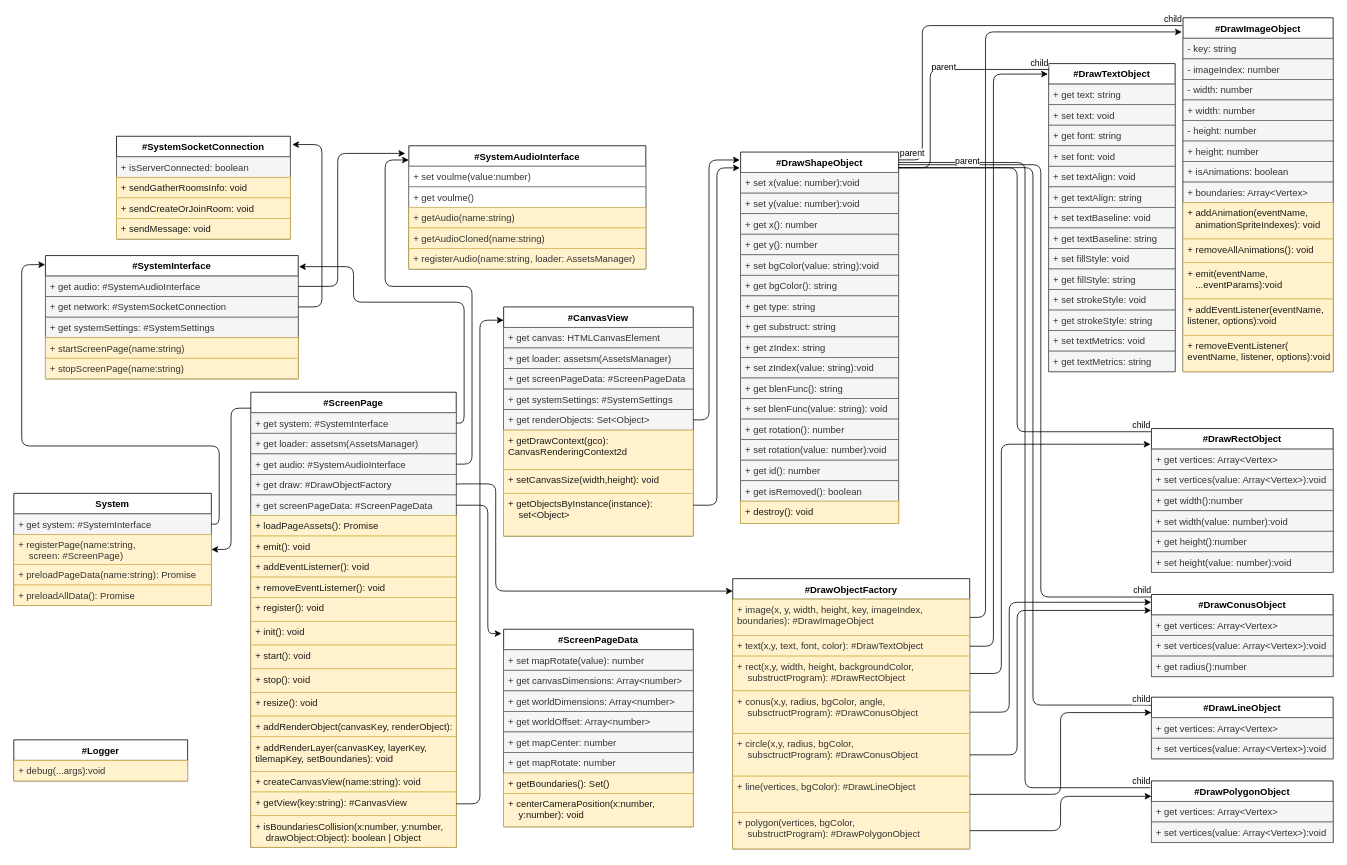
Above: schemes/system.dio in ALapinskas/jsge (draw.io), before the change. Source tidied: cells renumbered, new cells numbered last; positions are measured from the earlier drawing's top-left corner, leaving out a move shared by most shapes. Both pictures are drawn from the tidied source at 79%, with x=0, y=0 at pixel (13, 17).
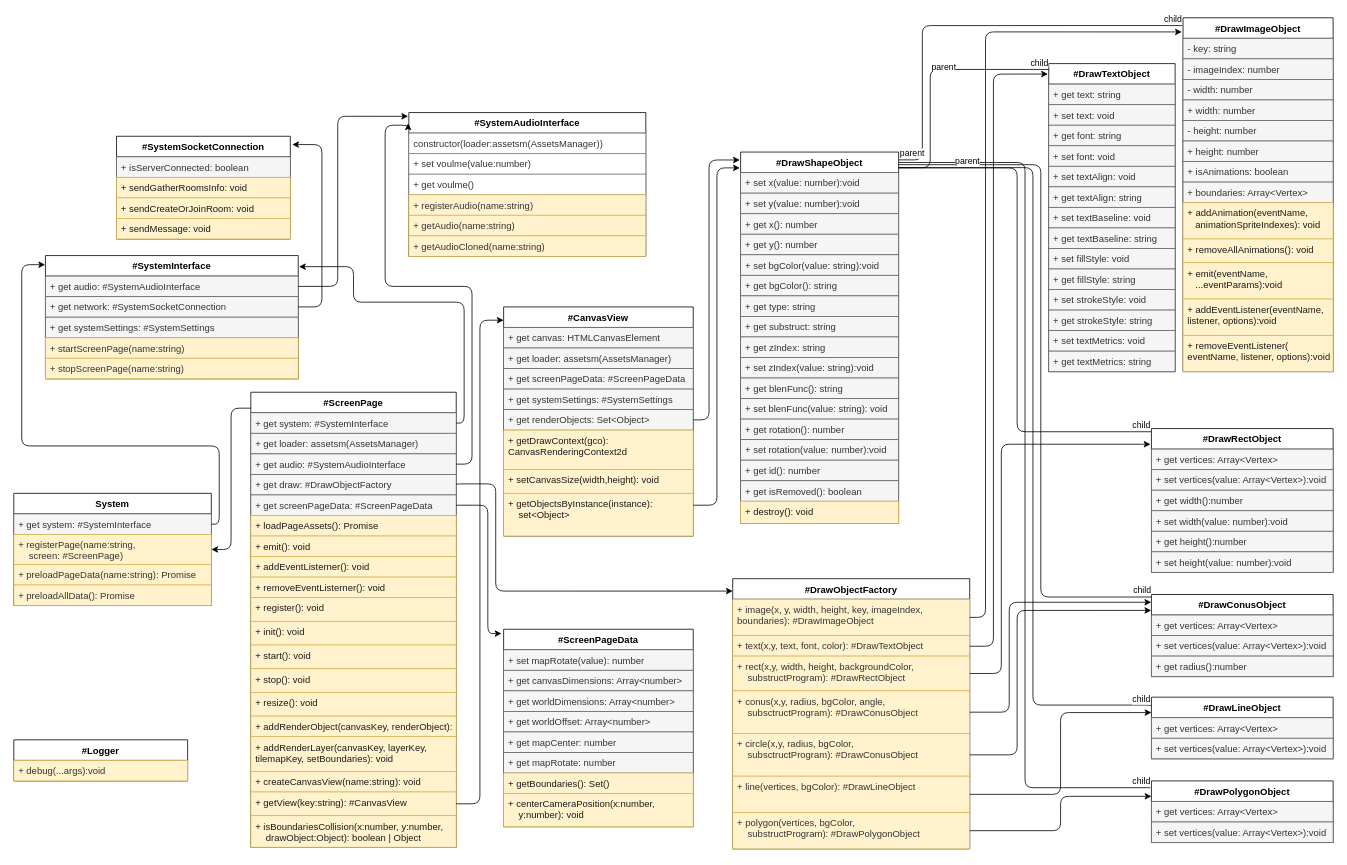
After the change.

Unchanged cells that the change refers to:
```xml
<mxCell id="27" value="+ get audio: #SystemAudioInterface" style="text;strokeColor=#666666;fillColor=#f5f5f5;align=left;verticalAlign=top;spacingLeft=4;spacingRight=4;overflow=hidden;points=[[0,0.5],[1,0.5]];portConstraint=eastwest;fontColor=#333333;" parent="26" vertex="1">
  <mxGeometry y="26" width="320" height="26" as="geometry" />
</mxCell>
<mxCell id="35" value="+ get audio: #SystemAudioInterface" style="text;strokeColor=#666666;fillColor=#f5f5f5;align=left;verticalAlign=top;spacingLeft=4;spacingRight=4;overflow=hidden;points=[[0,0.5],[1,0.5]];portConstraint=eastwest;fontColor=#333333;" parent="32" vertex="1">
  <mxGeometry y="78" width="260" height="26" as="geometry" />
</mxCell>
```

Diff of the diagram source:
```diff
@@
     <mxCell id="111" value="#SystemAudioInterface" style="swimlane;fontStyle=1;align=center;verticalAlign=top;horizontal=1;startSize=26;" parent="1" vertex="1">
-      <mxGeometry x="500" y="162" width="300" height="156" as="geometry" />
+      <mxGeometry x="500" y="120" width="300" height="182" as="geometry" />
     </mxCell>
+    <mxCell id="170" value="constructor(loader:assetsm(AssetsManager))" style="text;strokeColor=#808080;fillColor=#FFFFFF;align=left;verticalAlign=top;spacingLeft=4;spacingRight=4;overflow=hidden;fontColor=#333333;" parent="111" vertex="1">
+      <mxGeometry y="26" width="300" height="26" as="geometry" />
+    </mxCell>
     <mxCell id="112" value="+ set voulme(value:number)" style="text;strokeColor=#808080;fillColor=#FFFFFF;align=left;verticalAlign=top;spacingLeft=4;spacingRight=4;overflow=hidden;fontColor=#333333;" parent="111" vertex="1">
-      <mxGeometry y="26" width="300" height="26" as="geometry" />
+      <mxGeometry y="52" width="300" height="26" as="geometry" />
     </mxCell>
     <mxCell id="113" value="+ get voulme()" style="text;strokeColor=#808080;fillColor=#FFFFFF;align=left;verticalAlign=top;spacingLeft=4;spacingRight=4;overflow=hidden;fontColor=#333333;" parent="111" vertex="1">
-      <mxGeometry y="52" width="300" height="26" as="geometry" />
+      <mxGeometry y="78" width="300" height="26" as="geometry" />
     </mxCell>
+    <mxCell id="171" value="+ registerAudio(name:string)" style="text;strokeColor=#d6b656;fillColor=#fff2cc;align=left;verticalAlign=top;spacingLeft=4;spacingRight=4;overflow=hidden;fontColor=#333333;" parent="111" vertex="1">
+      <mxGeometry y="104" width="300" height="26" as="geometry" />
+    </mxCell>
     <mxCell id="114" value="+ getAudio(name:string)" style="text;strokeColor=#d6b656;fillColor=#fff2cc;align=left;verticalAlign=top;spacingLeft=4;spacingRight=4;overflow=hidden;fontColor=#333333;" parent="111" vertex="1">
-      <mxGeometry y="78" width="300" height="26" as="geometry" />
+      <mxGeometry y="130" width="300" height="26" as="geometry" />
     </mxCell>
     <mxCell id="115" value="+ getAudioCloned(name:string)" style="text;strokeColor=#d6b656;fillColor=#fff2cc;align=left;verticalAlign=top;spacingLeft=4;spacingRight=4;overflow=hidden;fontColor=#333333;" parent="111" vertex="1">
-      <mxGeometry y="104" width="300" height="26" as="geometry" />
+      <mxGeometry y="156" width="300" height="26" as="geometry" />
     </mxCell>
-    <mxCell id="116" value="+ registerAudio(name:string, loader: AssetsManager)" style="text;strokeColor=#d6b656;fillColor=#fff2cc;align=left;verticalAlign=top;spacingLeft=4;spacingRight=4;overflow=hidden;fontColor=#333333;" parent="111" vertex="1">
-      <mxGeometry y="130" width="300" height="26" as="geometry" />
-    </mxCell>
-    <mxCell id="117" style="edgeStyle=orthogonalEdgeStyle;html=1;entryX=-0.015;entryY=0.062;entryDx=0;entryDy=0;entryPerimeter=0;exitX=1;exitY=0.5;exitDx=0;exitDy=0;" parent="1" edge="1" source="27" target="111">
+    <mxCell id="117" style="edgeStyle=orthogonalEdgeStyle;html=1;exitX=1;exitY=0.5;exitDx=0;exitDy=0;entryX=-0.003;entryY=0.026;entryDx=0;entryDy=0;entryPerimeter=0;" parent="1" edge="1" source="27" target="111">
       <mxGeometry relative="1" as="geometry">
         <Array as="points">
           <mxPoint x="410" y="340" />
-          <mxPoint x="410" y="172" />
+          <mxPoint x="410" y="125" />
+          <mxPoint x="499" y="125" />
         </Array>
       </mxGeometry>
     </mxCell>
-    <mxCell id="118" style="edgeStyle=orthogonalEdgeStyle;html=1;exitX=1;exitY=0.5;exitDx=0;exitDy=0;" parent="1" edge="1" source="35">
+    <mxCell id="118" style="edgeStyle=orthogonalEdgeStyle;html=1;exitX=1;exitY=0.5;exitDx=0;exitDy=0;entryX=-0.003;entryY=0.075;entryDx=0;entryDy=0;entryPerimeter=0;" parent="1" edge="1" source="35" target="111">
       <mxGeometry relative="1" as="geometry">
-        <mxPoint x="500" y="180" as="targetPoint" />
         <Array as="points">
           <mxPoint x="580" y="565" />
           <mxPoint x="580" y="340" />
           <mxPoint x="470" y="340" />
-          <mxPoint x="470" y="180" />
+          <mxPoint x="470" y="136" />
         </Array>
       </mxGeometry>
     </mxCell>
```
